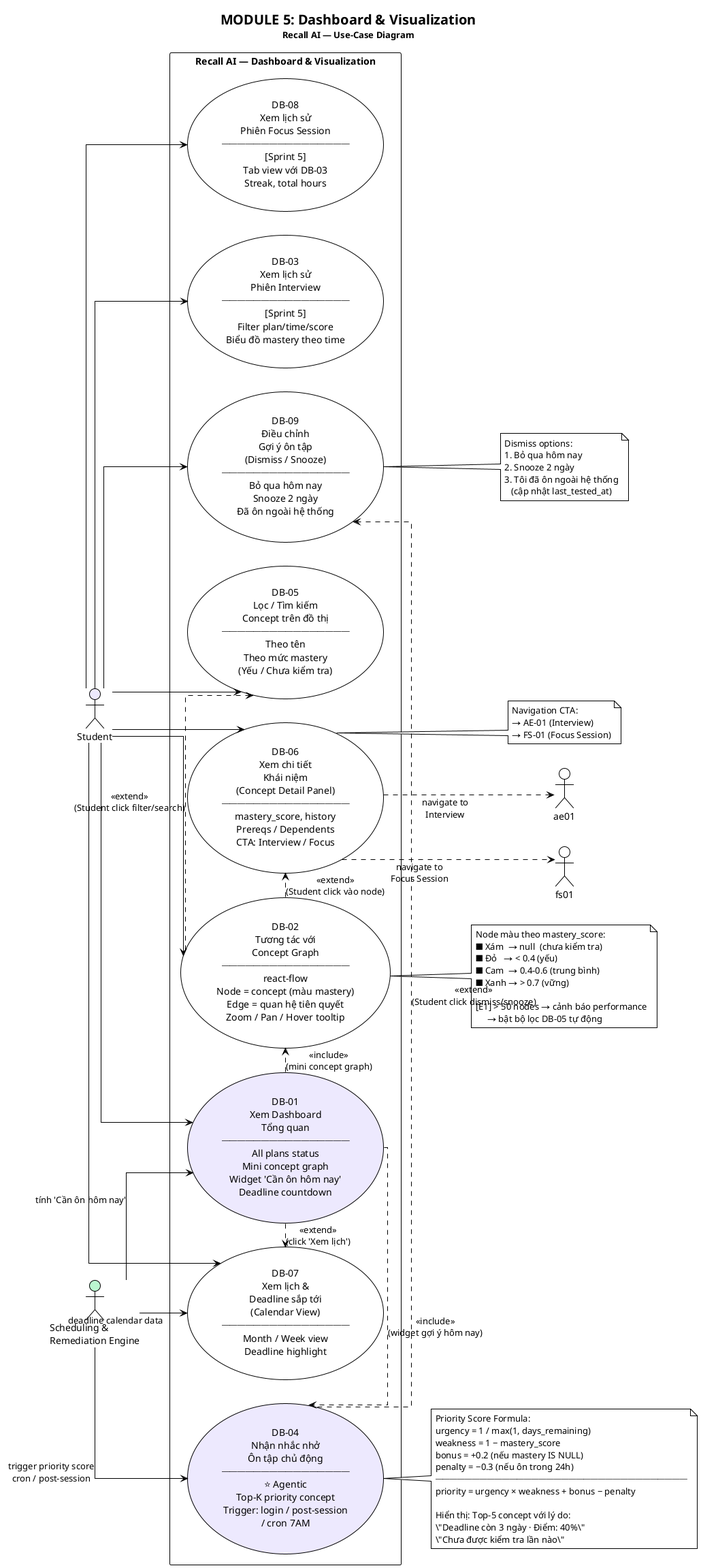
Before: pa/pa2/Use-case model/UC-05_Dashboard.png, a diagram exported from PlantUML (Lade1q/planning-ai). Source of this version:
```plantuml
@startuml UC-05_Dashboard
!theme plain
skinparam shadowing false
skinparam linetype ortho

<style>
usecaseDiagram {
  backgroundColor #F8FAFC

  actor {
    BackgroundColor #EEF2FF
    BorderColor #4F46E5
    FontColor #1E1B4B
    FontSize 14
  }

  usecase {
    BackgroundColor #FFFFFF
    BorderColor #4F46E5
    FontColor #1E1B4B
    FontSize 13
  }

  package {
    BackgroundColor #F1F5F9
    BorderColor #64748B
    FontColor #0F172A
    FontSize 16
    FontStyle bold
  }

  arrow {
    LineColor #64748B
    FontColor #475569
    FontSize 11
  }

  note {
    BackgroundColor #FFFBEB
    BorderColor #D97706
    FontColor #78350F
    FontSize 11
  }
}
</style>

title <size:20><b>MODULE 5: Dashboard & Visualization</b></size>\n<size:13>Recall AI — Use-Case Diagram</size>

left to right direction

actor "Student" as STU #EDE9FE
actor "Scheduling &\nRemediation Engine" as SRE #BBF7D0

rectangle "Recall AI — Dashboard & Visualization" as SYS {

  usecase "DB-01\nXem Dashboard\nTổng quan\n────────────────\nAll plans status\nMini concept graph\nWidget 'Cần ôn hôm nay'\nDeadline countdown" as db01 #EDE9FE

  usecase "DB-02\nTương tác với\nConcept Graph\n────────────────\nreact-flow\nNode = concept (màu mastery)\nEdge = quan hệ tiên quyết\nZoom / Pan / Hover tooltip" as db02

  usecase "DB-03\nXem lịch sử\nPhiên Interview\n────────────────\n[Sprint 5]\nFilter plan/time/score\nBiểu đồ mastery theo time" as db03

  usecase "DB-04\nNhận nhắc nhở\nÔn tập chủ động\n────────────────\n⭐ Agentic\nTop-K priority concept\nTrigger: login / post-session\n/ cron 7AM" as db04 #EDE9FE

  usecase "DB-05\nLọc / Tìm kiếm\nConcept trên đồ thị\n────────────────\nTheo tên\nTheo mức mastery\n(Yếu / Chưa kiểm tra)" as db05

  usecase "DB-06\nXem chi tiết\nKhái niệm\n(Concept Detail Panel)\n────────────────\nmastery_score, history\nPrereqs / Dependents\nCTA: Interview / Focus" as db06

  usecase "DB-07\nXem lịch &\nDeadline sắp tới\n(Calendar View)\n────────────────\nMonth / Week view\nDeadline highlight" as db07

  usecase "DB-08\nXem lịch sử\nPhiên Focus Session\n────────────────\n[Sprint 5]\nTab view với DB-03\nStreak, total hours" as db08

  usecase "DB-09\nĐiều chỉnh\nGợi ý ôn tập\n(Dismiss / Snooze)\n────────────────\nBỏ qua hôm nay\nSnooze 2 ngày\nĐã ôn ngoài hệ thống" as db09

}

STU --> db01
STU --> db02
STU --> db03
STU --> db05
STU --> db06
STU --> db07
STU --> db08
STU --> db09

SRE --> db01 : tính 'Cần ôn hôm nay'
SRE --> db04 : trigger priority score\ncron / post-session
SRE --> db07 : deadline calendar data

db01 .> db02 : <<include>>\n(mini concept graph)
db01 .> db04 : <<include>>\n(widget gợi ý hôm nay)
db01 .> db07 : <<extend>>\n(click 'Xem lịch')

db02 .> db05 : <<extend>>\n(Student click filter/search)
db02 .> db06 : <<extend>>\n(Student click vào node)

db04 .> db09 : <<extend>>\n(Student click dismiss/snooze)

db06 ..> ae01 : navigate to\nInterview
db06 ..> fs01 : navigate to\nFocus Session

note as n1
  Priority Score Formula:
  urgency = 1 / max(1, days_remaining)
  weakness = 1 − mastery_score
  bonus = +0.2 (nếu mastery IS NULL)
  penalty = −0.3 (nếu ôn trong 24h)
  ──────────────────────────────────
  priority = urgency × weakness + bonus − penalty

  Hiển thị: Top-5 concept với lý do:
  \"Deadline còn 3 ngày · Điểm: 40%\"
  \"Chưa được kiểm tra lần nào\"
end note
db04 .. n1

note as n2
  Node màu theo mastery_score:
  ■ Xám  → null  (chưa kiểm tra)
  ■ Đỏ   → < 0.4 (yếu)
  ■ Cam  → 0.4-0.6 (trung bình)
  ■ Xanh → > 0.7 (vững)

  [E1] > 50 nodes → cảnh báo performance
       → bật bộ lọc DB-05 tự động
end note
db02 .. n2

note as n3
  Dismiss options:
  1. Bỏ qua hôm nay
  2. Snooze 2 ngày
  3. Tôi đã ôn ngoài hệ thống
     (cập nhật last_tested_at)
end note
db09 .. n3

note as n4
  Navigation CTA:
  → AE-01 (Interview)
  → FS-01 (Focus Session)
end note
db06 .. n4

@enduml
```
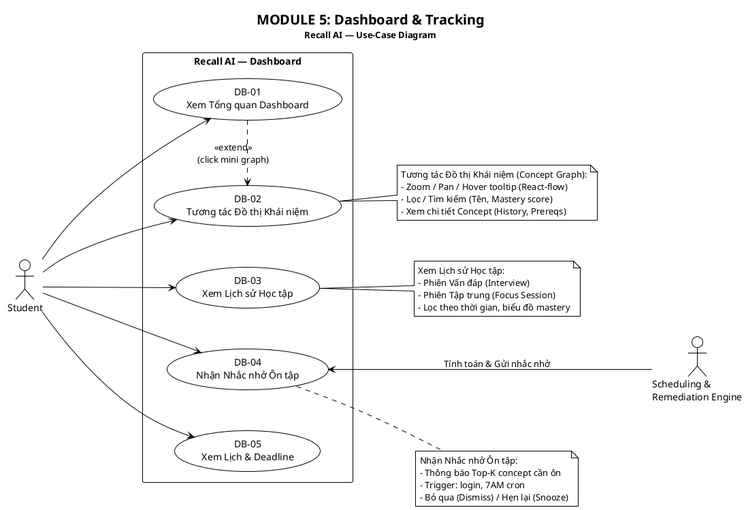
Later version of the same file.

Diff of the diagram source:
```diff
@@ -1,7 +1,8 @@
 @startuml UC-05_Dashboard
 !theme plain
 skinparam shadowing false
-skinparam linetype ortho
+skinparam nodesep 60
+skinparam ranksep 80
 
 <style>
 usecaseDiagram {
@@ -44,101 +45,59 @@
 }
 </style>
 
-title <size:20><b>MODULE 5: Dashboard & Visualization</b></size>\n<size:13>Recall AI — Use-Case Diagram</size>
+title <size:20><b>MODULE 5: Dashboard & Tracking</b></size>\n<size:13>Recall AI — Use-Case Diagram</size>
 
 left to right direction
 
-actor "Student" as STU #EDE9FE
-actor "Scheduling &\nRemediation Engine" as SRE #BBF7D0
+actor "Student" as STU
+actor "Scheduling &\nRemediation Engine" as SRE
 
-rectangle "Recall AI — Dashboard & Visualization" as SYS {
+rectangle "Recall AI — Dashboard" as SYS {
 
-  usecase "DB-01\nXem Dashboard\nTổng quan\n────────────────\nAll plans status\nMini concept graph\nWidget 'Cần ôn hôm nay'\nDeadline countdown" as db01 #EDE9FE
+  usecase "DB-01\nXem Tổng quan Dashboard" as db01
 
-  usecase "DB-02\nTương tác với\nConcept Graph\n────────────────\nreact-flow\nNode = concept (màu mastery)\nEdge = quan hệ tiên quyết\nZoom / Pan / Hover tooltip" as db02
+  usecase "DB-02\nTương tác Đồ thị Khái niệm" as db02
 
-  usecase "DB-03\nXem lịch sử\nPhiên Interview\n────────────────\n[Sprint 5]\nFilter plan/time/score\nBiểu đồ mastery theo time" as db03
+  usecase "DB-03\nXem Lịch sử Học tập" as db03
 
-  usecase "DB-04\nNhận nhắc nhở\nÔn tập chủ động\n────────────────\n⭐ Agentic\nTop-K priority concept\nTrigger: login / post-session\n/ cron 7AM" as db04 #EDE9FE
+  usecase "DB-04\nNhận Nhắc nhở Ôn tập" as db04
 
-  usecase "DB-05\nLọc / Tìm kiếm\nConcept trên đồ thị\n────────────────\nTheo tên\nTheo mức mastery\n(Yếu / Chưa kiểm tra)" as db05
-
-  usecase "DB-06\nXem chi tiết\nKhái niệm\n(Concept Detail Panel)\n────────────────\nmastery_score, history\nPrereqs / Dependents\nCTA: Interview / Focus" as db06
-
-  usecase "DB-07\nXem lịch &\nDeadline sắp tới\n(Calendar View)\n────────────────\nMonth / Week view\nDeadline highlight" as db07
-
-  usecase "DB-08\nXem lịch sử\nPhiên Focus Session\n────────────────\n[Sprint 5]\nTab view với DB-03\nStreak, total hours" as db08
-
-  usecase "DB-09\nĐiều chỉnh\nGợi ý ôn tập\n(Dismiss / Snooze)\n────────────────\nBỏ qua hôm nay\nSnooze 2 ngày\nĐã ôn ngoài hệ thống" as db09
+  usecase "DB-05\nXem Lịch & Deadline" as db07
 
 }
 
-STU --> db01
-STU --> db02
-STU --> db03
-STU --> db05
-STU --> db06
-STU --> db07
-STU --> db08
-STU --> db09
+STU ---> db01
+STU ---> db02
+STU ---> db03
+STU ---> db04
+STU ---> db07
 
-SRE --> db01 : tính 'Cần ôn hôm nay'
-SRE --> db04 : trigger priority score\ncron / post-session
-SRE --> db07 : deadline calendar data
+db04 <--- SRE : Tính toán & Gửi nhắc nhở
 
-db01 .> db02 : <<include>>\n(mini concept graph)
-db01 .> db04 : <<include>>\n(widget gợi ý hôm nay)
-db01 .> db07 : <<extend>>\n(click 'Xem lịch')
-
-db02 .> db05 : <<extend>>\n(Student click filter/search)
-db02 .> db06 : <<extend>>\n(Student click vào node)
-
-db04 .> db09 : <<extend>>\n(Student click dismiss/snooze)
-
-db06 ..> ae01 : navigate to\nInterview
-db06 ..> fs01 : navigate to\nFocus Session
+db01 .right.> db02 : <<extend>>\n(click mini graph)
 
 note as n1
-  Priority Score Formula:
-  urgency = 1 / max(1, days_remaining)
-  weakness = 1 − mastery_score
-  bonus = +0.2 (nếu mastery IS NULL)
-  penalty = −0.3 (nếu ôn trong 24h)
-  ──────────────────────────────────
-  priority = urgency × weakness + bonus − penalty
-
-  Hiển thị: Top-5 concept với lý do:
-  \"Deadline còn 3 ngày · Điểm: 40%\"
-  \"Chưa được kiểm tra lần nào\"
+  Tương tác Đồ thị Khái niệm (Concept Graph):
+  - Zoom / Pan / Hover tooltip (React-flow)
+  - Lọc / Tìm kiếm (Tên, Mastery score)
+  - Xem chi tiết Concept (History, Prereqs)
 end note
-db04 .. n1
+db02 .. n1
 
 note as n2
-  Node màu theo mastery_score:
-  ■ Xám  → null  (chưa kiểm tra)
-  ■ Đỏ   → < 0.4 (yếu)
-  ■ Cam  → 0.4-0.6 (trung bình)
-  ■ Xanh → > 0.7 (vững)
-
-  [E1] > 50 nodes → cảnh báo performance
-       → bật bộ lọc DB-05 tự động
+  Nhận Nhắc nhở Ôn tập:
+  - Thông báo Top-K concept cần ôn
+  - Trigger: login, 7AM cron
+  - Bỏ qua (Dismiss) / Hẹn lại (Snooze)
 end note
-db02 .. n2
+db04 .. n2
 
 note as n3
-  Dismiss options:
-  1. Bỏ qua hôm nay
-  2. Snooze 2 ngày
-  3. Tôi đã ôn ngoài hệ thống
-     (cập nhật last_tested_at)
+  Xem Lịch sử Học tập:
+  - Phiên Vấn đáp (Interview)
+  - Phiên Tập trung (Focus Session)
+  - Lọc theo thời gian, biểu đồ mastery
 end note
-db09 .. n3
-
-note as n4
-  Navigation CTA:
-  → AE-01 (Interview)
-  → FS-01 (Focus Session)
-end note
-db06 .. n4
+db03 .. n3
 
 @enduml
```
